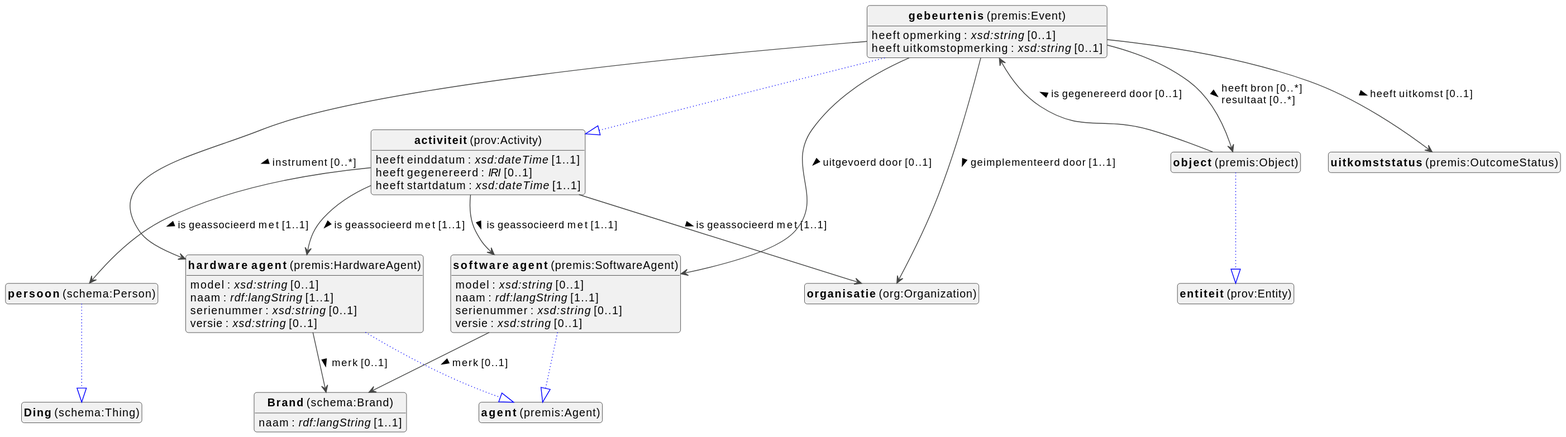
Above: docs/metadata/knowledge-graph/0.0.1/events/nl/events-diagram.svg in viaacode/documentation-jekyll (PlantUML), before the change.
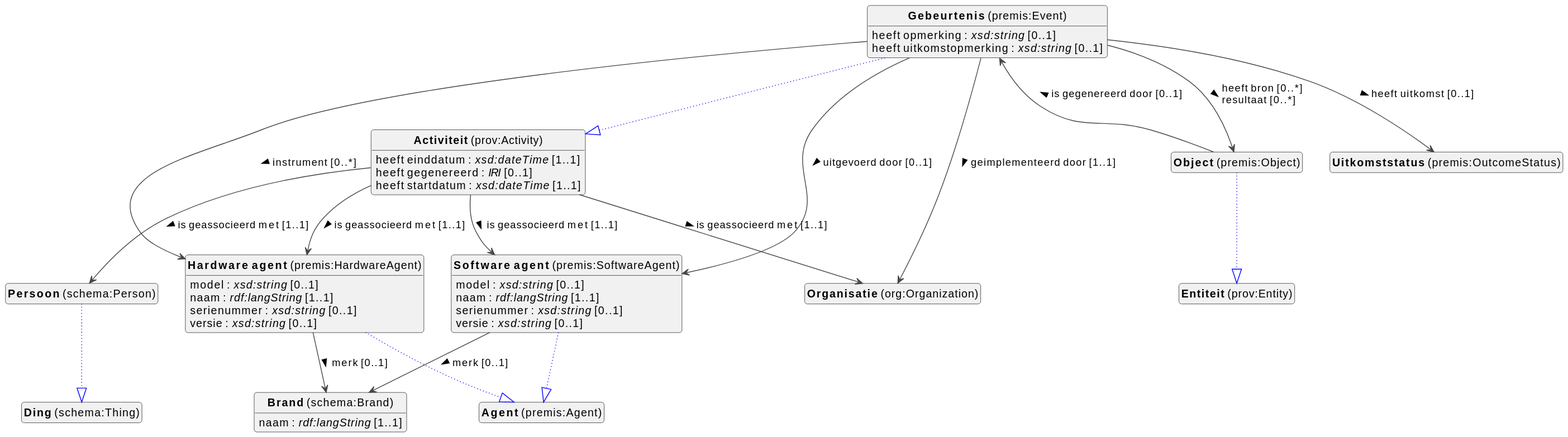
After the change.

Change to the diagram source:
```diff
@@ -11,19 +11,19 @@
 
 
 class "<b>Brand</b> (schema:Brand)" as schema_Brand [[#schema%3ABrand]]
-class "<b>activiteit</b> (prov:Activity)" as prov_Activity [[#prov%3AActivity]]
-class "<b>gebeurtenis</b> (premis:Event)" as premis_Event [[#premis%3AEvent]]
-class "<b>activiteit</b> (prov:Activity)" as prov_Activity [[#prov%3AActivity]]
-class "<b>hardware agent</b> (premis:HardwareAgent)" as premis_HardwareAgent [[#premis%3AHardwareAgent]]
-class "<b>agent</b> (premis:Agent)" as premis_Agent [[#premis%3AAgent]]
-class "<b>object</b> (premis:Object)" as premis_Object [[#premis%3AObject]]
-class "<b>entiteit</b> (prov:Entity)" as prov_Entity [[#prov%3AEntity]]
-class "<b>organisatie</b> (org:Organization)" as org_Organization [[../../organizations/nl#org%3AOrganization]]
-class "<b>persoon</b> (schema:Person)" as schema_Person [[../../organizations/nl#schema%3APerson]]
+class "<b>Activiteit</b> (prov:Activity)" as prov_Activity [[#prov%3AActivity]]
+class "<b>Gebeurtenis</b> (premis:Event)" as premis_Event [[#premis%3AEvent]]
+class "<b>Activiteit</b> (prov:Activity)" as prov_Activity [[#prov%3AActivity]]
+class "<b>Hardware agent</b> (premis:HardwareAgent)" as premis_HardwareAgent [[#premis%3AHardwareAgent]]
+class "<b>Agent</b> (premis:Agent)" as premis_Agent [[#premis%3AAgent]]
+class "<b>Object</b> (premis:Object)" as premis_Object [[#premis%3AObject]]
+class "<b>Entiteit</b> (prov:Entity)" as prov_Entity [[#prov%3AEntity]]
+class "<b>Organisatie</b> (org:Organization)" as org_Organization [[../../organizations/nl#org%3AOrganization]]
+class "<b>Persoon</b> (schema:Person)" as schema_Person [[../../organizations/nl#schema%3APerson]]
 class "<b>Ding</b> (schema:Thing)" as schema_Thing [[#schema%3AThing]]
-class "<b>software agent</b> (premis:SoftwareAgent)" as premis_SoftwareAgent [[#premis%3ASoftwareAgent]]
-class "<b>agent</b> (premis:Agent)" as premis_Agent [[#premis%3AAgent]]
-class "<b>uitkomststatus</b> (premis:OutcomeStatus)" as premis_OutcomeStatus [[#premis%3AOutcomeStatus]]
+class "<b>Software agent</b> (premis:SoftwareAgent)" as premis_SoftwareAgent [[#premis%3ASoftwareAgent]]
+class "<b>Agent</b> (premis:Agent)" as premis_Agent [[#premis%3AAgent]]
+class "<b>Uitkomststatus</b> (premis:OutcomeStatus)" as premis_OutcomeStatus [[#premis%3AOutcomeStatus]]
 
 
 schema_Brand : naam : <i>rdf:langString</i> [1..1]
```
